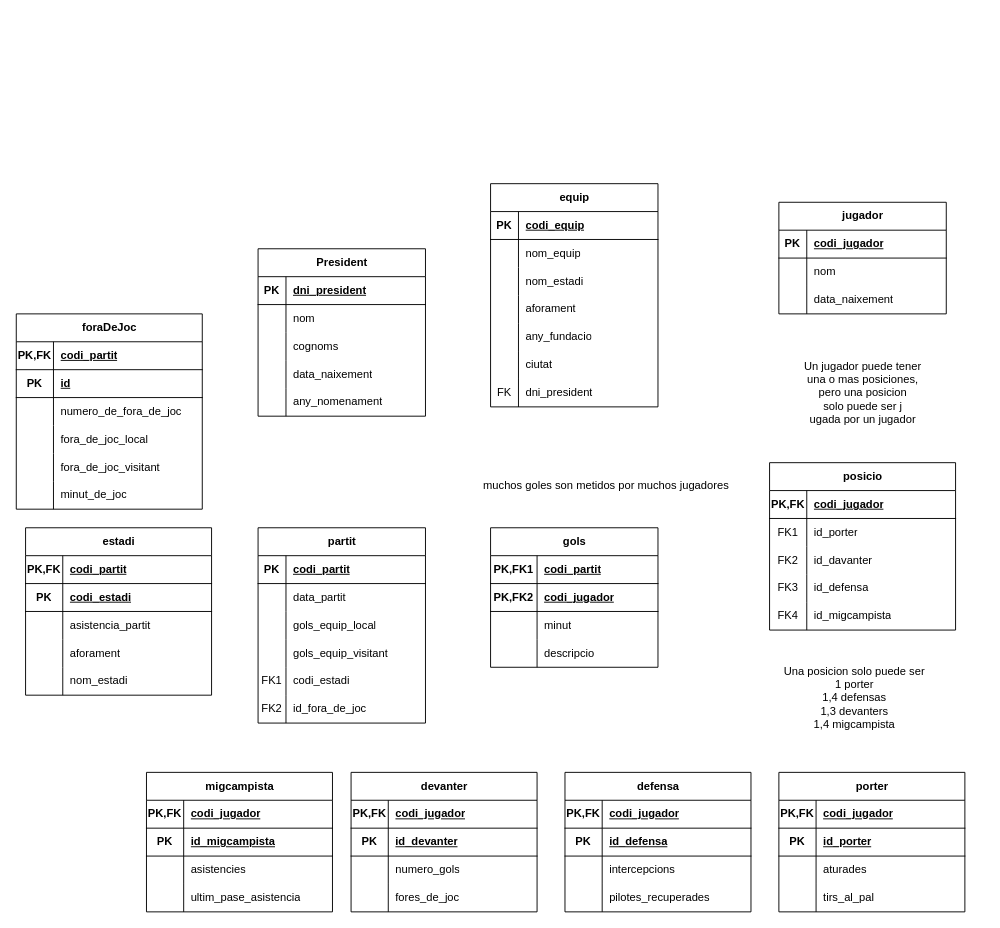
This is M02_RA6.drawio from victor06-git/base_de_dades, a draw.io file, before an edit. Source tidied: cells renumbered, new cells numbered last; positions are measured from the earlier drawing's top-left corner, leaving out a move shared by most shapes. Both pictures are drawn from the tidied source at 93%, with x=0, y=0 at pixel (16, 183).
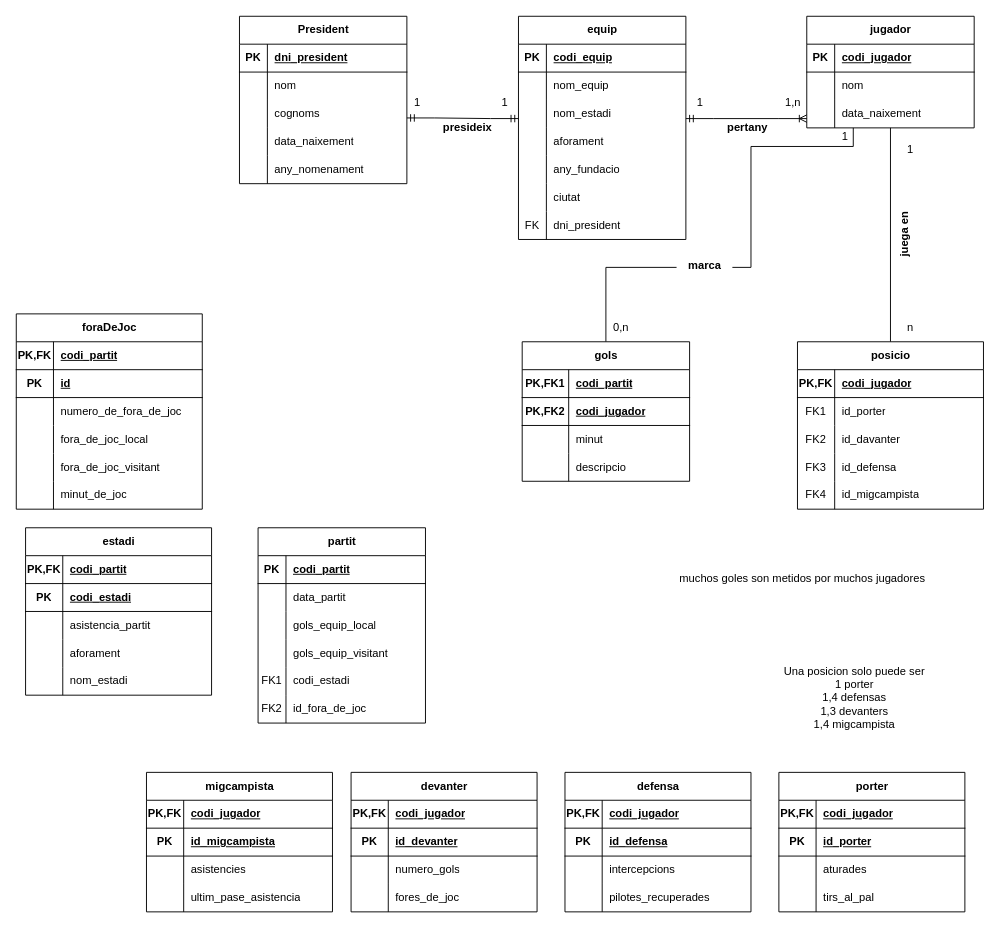
Above is the later version.

The change refers to these unchanged cells:
```xml
<mxCell id="9" style="shape=tableRow;horizontal=0;startSize=0;swimlaneHead=0;swimlaneBody=0;fillColor=none;points=[[0,0.5],[1,0.5]];portConstraint=eastwest;top=0;left=0;right=0;bottom=0;" parent="2" vertex="1">
  <mxGeometry y="90" width="180" height="30" as="geometry" />
</mxCell>
<mxCell id="25" style="shape=tableRow;horizontal=0;startSize=0;swimlaneHead=0;swimlaneBody=0;fillColor=none;points=[[0,0.5],[1,0.5]];portConstraint=eastwest;top=0;left=0;right=0;bottom=0;" parent="18" vertex="1">
  <mxGeometry y="90" width="180" height="30" as="geometry" />
</mxCell>
<mxCell id="47" style="shape=tableRow;horizontal=0;startSize=0;swimlaneHead=0;swimlaneBody=0;fillColor=none;points=[[0,0.5],[1,0.5]];portConstraint=eastwest;top=0;left=0;right=0;bottom=0;" parent="40" vertex="1">
  <mxGeometry y="90" width="180" height="30" as="geometry" />
</mxCell>
```

What changed in the source:
```diff
@@
     <mxCell id="2" value="President" style="shape=table;startSize=30;childLayout=tableLayout;rowLines=0;fontStyle=1;align=center;html=1;" parent="1" vertex="1">
-      <mxGeometry x="260" y="70" width="180" height="180" as="geometry" />
+      <mxGeometry x="240" y="-180" width="180" height="180" as="geometry" />
     </mxCell>
@@
     <mxCell id="18" value="equip" style="shape=table;startSize=30;childLayout=tableLayout;rowLines=0;fontStyle=1;align=center;html=1;" parent="1" vertex="1">
-      <mxGeometry x="510" width="180" height="240" as="geometry" />
+      <mxGeometry x="540" y="-180" width="180" height="240" as="geometry" />
     </mxCell>
@@
+    <mxCell id="188" style="edgeStyle=orthogonalEdgeStyle;rounded=0;jettySize=auto;html=1;entryX=0.5;entryY=0;entryDx=0;entryDy=0;endArrow=none;endFill=0;" parent="1" edge="1" source="204" target="86">
+      <mxGeometry relative="1" as="geometry">
+        <Array as="points">
+          <mxPoint x="634" y="90" />
+        </Array>
+      </mxGeometry>
+    </mxCell>
     <mxCell id="40" value="jugador" style="shape=table;startSize=30;childLayout=tableLayout;rowLines=0;fontStyle=1;align=center;html=1;" parent="1" vertex="1">
-      <mxGeometry x="820" y="20" width="180" height="120" as="geometry" />
+      <mxGeometry x="850" y="-180" width="180" height="120" as="geometry" />
     </mxCell>
@@
+    <mxCell id="189" style="edgeStyle=orthogonalEdgeStyle;rounded=0;jettySize=auto;html=1;entryX=0.5;entryY=1;entryDx=0;entryDy=0;entryPerimeter=0;endArrow=none;endFill=0;" parent="1" edge="1" source="50" target="47">
+      <mxGeometry relative="1" as="geometry" />
+    </mxCell>
     <mxCell id="50" value="posicio" style="shape=table;startSize=30;childLayout=tableLayout;rowLines=0;fontStyle=1;align=center;html=1;" parent="1" vertex="1">
-      <mxGeometry x="810" y="300" width="200" height="180" as="geometry" />
+      <mxGeometry x="840" y="170" width="200" height="180" as="geometry" />
     </mxCell>
@@
-    <mxCell id="66" value="&lt;div&gt;Un jugador puede tener&lt;/div&gt;&lt;div&gt;&amp;nbsp;una o mas posiciones,&amp;nbsp;&lt;/div&gt;&lt;div&gt;pero una posicion &lt;br&gt;&lt;/div&gt;&lt;div&gt;solo puede ser j&lt;/div&gt;&lt;div&gt;ugada por un jugador&lt;br&gt;&lt;/div&gt;" style="text;html=1;align=center;verticalAlign=middle;strokeColor=none;fillColor=none;" parent="1" vertex="1">
-      <mxGeometry x="835" y="180" width="150" height="90" as="geometry" />
-    </mxCell>
@@
     <mxCell id="86" value="gols" style="shape=table;startSize=30;childLayout=tableLayout;rowLines=0;fontStyle=1;align=center;html=1;" parent="1" vertex="1">
-      <mxGeometry x="510" y="370" width="180" height="150" as="geometry" />
+      <mxGeometry x="544" y="170" width="180" height="150" as="geometry" />
     </mxCell>
@@
     <mxCell id="187" value="&lt;div&gt;muchos goles son metidos por muchos jugadores&lt;br&gt;&lt;/div&gt;" style="text;html=1;align=center;verticalAlign=middle;strokeColor=none;fillColor=none;" parent="1" vertex="1">
-      <mxGeometry x="489" y="310" width="290" height="30" as="geometry" />
+      <mxGeometry x="700" y="410" width="290" height="30" as="geometry" />
     </mxCell>
+    <mxCell id="190" style="edgeStyle=entityRelationEdgeStyle;fontSize=12;html=1;endArrow=ERmandOne;startArrow=ERmandOne;rounded=0;exitX=1;exitY=0.644;exitDx=0;exitDy=0;exitPerimeter=0;" parent="1" edge="1" source="9">
+      <mxGeometry relative="1" as="geometry">
+        <mxPoint x="540" y="-70" as="targetPoint" />
+      </mxGeometry>
+    </mxCell>
+    <mxCell id="191" value="&lt;b&gt;presideix&lt;/b&gt;" style="text;html=1;align=center;verticalAlign=middle;strokeColor=none;fillColor=none;" parent="1" vertex="1">
+      <mxGeometry x="445" y="-75" width="80" height="30" as="geometry" />
+    </mxCell>
+    <mxCell id="192" style="edgeStyle=entityRelationEdgeStyle;fontSize=12;html=1;endArrow=ERoneToMany;startArrow=ERmandOne;rounded=0;exitX=1;exitY=0.667;exitDx=0;exitDy=0;exitPerimeter=0;entryX=0;entryY=0.667;entryDx=0;entryDy=0;entryPerimeter=0;" parent="1" edge="1" source="25" target="47">
+      <mxGeometry relative="1" as="geometry" />
+    </mxCell>
+    <mxCell id="193" value="&lt;b&gt;pertany&lt;/b&gt;" style="text;html=1;align=center;verticalAlign=middle;strokeColor=none;fillColor=none;" parent="1" vertex="1">
+      <mxGeometry x="751" y="-75" width="70" height="30" as="geometry" />
+    </mxCell>
+    <mxCell id="194" value="1" style="text;html=1;align=center;verticalAlign=middle;strokeColor=none;fillColor=none;" parent="1" vertex="1">
+      <mxGeometry x="416" y="-102" width="30" height="30" as="geometry" />
+    </mxCell>
+    <mxCell id="195" value="1" style="text;html=1;align=center;verticalAlign=middle;strokeColor=none;fillColor=none;" parent="1" vertex="1">
+      <mxGeometry x="510" y="-102" width="30" height="30" as="geometry" />
+    </mxCell>
+    <mxCell id="196" value="1" style="text;html=1;align=center;verticalAlign=middle;strokeColor=none;fillColor=none;" parent="1" vertex="1">
+      <mxGeometry x="720" y="-102" width="30" height="30" as="geometry" />
+    </mxCell>
+    <mxCell id="197" value="1,n" style="text;html=1;align=center;verticalAlign=middle;strokeColor=none;fillColor=none;" parent="1" vertex="1">
+      <mxGeometry x="815" y="-102" width="40" height="30" as="geometry" />
+    </mxCell>
+    <mxCell id="198" value="1" style="text;html=1;align=center;verticalAlign=middle;strokeColor=none;fillColor=none;" parent="1" vertex="1">
+      <mxGeometry x="946" y="-52" width="30" height="30" as="geometry" />
+    </mxCell>
+    <mxCell id="199" value="n" style="text;html=1;align=center;verticalAlign=middle;strokeColor=none;fillColor=none;" parent="1" vertex="1">
+      <mxGeometry x="946" y="140" width="30" height="30" as="geometry" />
+    </mxCell>
+    <mxCell id="200" value="1" style="text;html=1;align=center;verticalAlign=middle;strokeColor=none;fillColor=none;" parent="1" vertex="1">
+      <mxGeometry x="876" y="-65" width="30" height="30" as="geometry" />
+    </mxCell>
+    <mxCell id="201" value="0,n" style="text;html=1;align=center;verticalAlign=middle;strokeColor=none;fillColor=none;" parent="1" vertex="1">
+      <mxGeometry x="630" y="140" width="40" height="30" as="geometry" />
+    </mxCell>
+    <mxCell id="202" value="&lt;b&gt;juega en&lt;/b&gt;" style="text;html=1;align=center;verticalAlign=middle;strokeColor=none;fillColor=none;rotation=-90;" parent="1" vertex="1">
+      <mxGeometry x="920" y="40" width="70" height="30" as="geometry" />
+    </mxCell>
+    <mxCell id="203" style="edgeStyle=orthogonalEdgeStyle;rounded=0;orthogonalLoop=1;jettySize=auto;html=1;endArrow=none;endFill=0;" parent="1" edge="1">
+      <mxGeometry relative="1" as="geometry">
+        <mxPoint x="900" y="-60" as="sourcePoint" />
+        <mxPoint x="770" y="90" as="targetPoint" />
+        <Array as="points">
+          <mxPoint x="900" y="-40" />
+          <mxPoint x="790" y="-40" />
+          <mxPoint x="790" y="90" />
+        </Array>
+      </mxGeometry>
+    </mxCell>
+    <mxCell id="204" value="&lt;b&gt;marca&lt;/b&gt;" style="text;html=1;align=center;verticalAlign=middle;points=[];strokeColor=none;fillColor=none;" parent="1" vertex="1">
+      <mxGeometry x="710" y="73" width="60" height="30" as="geometry" />
+    </mxCell>
```
